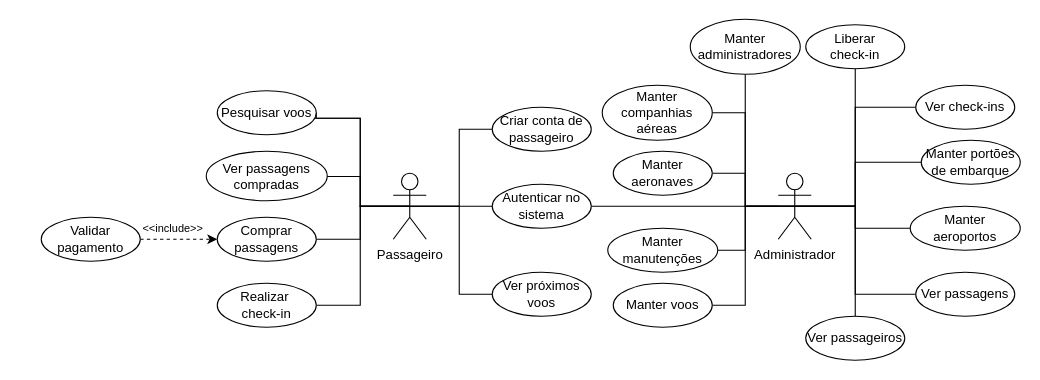
GabrielGMori/trabalho-conclus-o-ano keeps this draw.io diagram as Diagramas/Eng_de_Software/Modelos/Casos_de_Uso.drawio. Above is the earlier version. Source tidied: cells renumbered, new cells numbered last; positions are measured from the earlier drawing's top-left corner, leaving out a move shared by most shapes. Both pictures are drawn from the tidied source at 110%, with x=0, y=0 at pixel (41, 19).
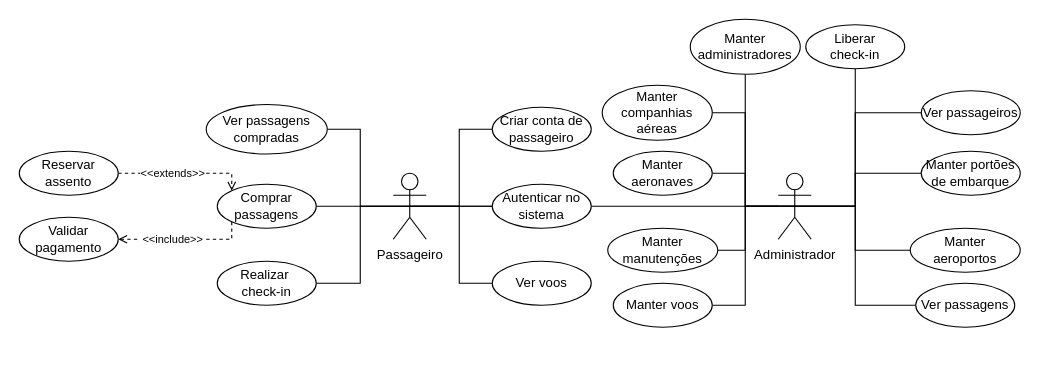
The same page after the edit.

Unchanged cells that the change refers to:
```xml
<mxCell id="9" value="Passageiro" style="shape=umlActor;verticalLabelPosition=bottom;verticalAlign=top;html=1;outlineConnect=0;" parent="1" vertex="1">
  <mxGeometry x="320" y="140" width="30" height="60" as="geometry" />
</mxCell>
<mxCell id="20" value="Administrador" style="shape=umlActor;verticalLabelPosition=bottom;verticalAlign=top;html=1;outlineConnect=0;" parent="1" vertex="1">
  <mxGeometry x="670" y="140" width="30" height="60" as="geometry" />
</mxCell>
<mxCell id="21" value="&lt;div&gt;Autenticar no&lt;/div&gt;&lt;div&gt;sistema&lt;br&gt;&lt;/div&gt;" style="ellipse;whiteSpace=wrap;html=1;" parent="1" vertex="1">
  <mxGeometry x="410" y="150" width="90" height="40" as="geometry" />
</mxCell>
```

What changed in the source:
```diff
@@
-    <mxCell id="3" style="edgeStyle=orthogonalEdgeStyle;rounded=0;jettySize=auto;html=1;exitX=0.5;exitY=0.5;exitDx=0;exitDy=0;exitPerimeter=0;entryX=1;entryY=0.5;entryDx=0;entryDy=0;endArrow=none;endFill=0;" parent="1" edge="1" source="9" target="44">
+    <mxCell id="3" style="edgeStyle=orthogonalEdgeStyle;rounded=0;jettySize=auto;html=1;exitX=0.5;exitY=0.5;exitDx=0;exitDy=0;exitPerimeter=0;entryX=0;entryY=0.5;entryDx=0;entryDy=0;endArrow=none;endFill=0;" parent="1" edge="1" source="9" target="44">
       <mxGeometry relative="1" as="geometry">
         <Array as="points">
-          <mxPoint x="290" y="170" />
-          <mxPoint x="290" y="90" />
-          <mxPoint x="250" y="90" />
+          <mxPoint x="380" y="170" />
+          <mxPoint x="380" y="240" />
         </Array>
       </mxGeometry>
     </mxCell>
     <mxCell id="4" style="edgeStyle=orthogonalEdgeStyle;rounded=0;jettySize=auto;html=1;exitX=0.5;exitY=0.5;exitDx=0;exitDy=0;exitPerimeter=0;entryX=1;entryY=0.5;entryDx=0;entryDy=0;endArrow=none;endFill=0;" parent="1" edge="1" source="9" target="22">
       <mxGeometry relative="1" as="geometry">
         <Array as="points">
-          <mxPoint x="290" y="170" />
-          <mxPoint x="290" y="200" />
+          <mxPoint x="270" y="170" />
+          <mxPoint x="270" y="170" />
         </Array>
       </mxGeometry>
     </mxCell>
     <mxCell id="5" style="edgeStyle=orthogonalEdgeStyle;rounded=0;jettySize=auto;html=1;exitX=0.5;exitY=0.5;exitDx=0;exitDy=0;exitPerimeter=0;entryX=1;entryY=0.5;entryDx=0;entryDy=0;endArrow=none;endFill=0;" parent="1" edge="1" source="9" target="23">
       <mxGeometry relative="1" as="geometry">
         <Array as="points">
           <mxPoint x="290" y="170" />
-          <mxPoint x="290" y="260" />
+          <mxPoint x="290" y="240" />
         </Array>
       </mxGeometry>
     </mxCell>
@@
-    <mxCell id="7" style="edgeStyle=orthogonalEdgeStyle;rounded=0;jettySize=auto;html=1;exitX=0.5;exitY=0.5;exitDx=0;exitDy=0;exitPerimeter=0;entryX=0;entryY=0.5;entryDx=0;entryDy=0;strokeColor=default;endArrow=none;endFill=0;" parent="1" edge="1" source="9" target="31">
+    <mxCell id="7" style="edgeStyle=orthogonalEdgeStyle;rounded=0;jettySize=auto;html=1;exitX=0.5;exitY=0.5;exitDx=0;exitDy=0;exitPerimeter=0;entryX=0;entryY=0.5;entryDx=0;entryDy=0;strokeColor=default;endArrow=none;endFill=0;" parent="1" edge="1" source="9" target="21">
       <mxGeometry relative="1" as="geometry" />
     </mxCell>
     <mxCell id="8" style="edgeStyle=orthogonalEdgeStyle;rounded=0;jettySize=auto;html=1;exitX=0.5;exitY=0.5;exitDx=0;exitDy=0;exitPerimeter=0;entryX=1;entryY=0.5;entryDx=0;entryDy=0;endArrow=none;endFill=0;" parent="1" edge="1" source="9" target="39">
       <mxGeometry relative="1" as="geometry">
         <Array as="points">
           <mxPoint x="290" y="170" />
-          <mxPoint x="290" y="143" />
-          <mxPoint x="195" y="143" />
+          <mxPoint x="290" y="100" />
         </Array>
       </mxGeometry>
     </mxCell>
@@
     <mxCell id="10" style="edgeStyle=orthogonalEdgeStyle;rounded=0;jettySize=auto;html=1;exitX=0.5;exitY=0.5;exitDx=0;exitDy=0;exitPerimeter=0;entryX=0;entryY=0.5;entryDx=0;entryDy=0;endArrow=none;endFill=0;" parent="1" edge="1" source="20" target="26">
       <mxGeometry relative="1" as="geometry">
         <Array as="points">
           <mxPoint x="740" y="170" />
-          <mxPoint x="740" y="190" />
+          <mxPoint x="740" y="210" />
         </Array>
       </mxGeometry>
     </mxCell>
     <mxCell id="11" style="edgeStyle=orthogonalEdgeStyle;rounded=0;jettySize=auto;html=1;exitX=0.5;exitY=0.5;exitDx=0;exitDy=0;exitPerimeter=0;entryX=0;entryY=0.5;entryDx=0;entryDy=0;endArrow=none;endFill=0;" parent="1" edge="1" source="20" target="27">
       <mxGeometry relative="1" as="geometry">
         <Array as="points">
           <mxPoint x="740" y="170" />
-          <mxPoint x="740" y="130" />
+          <mxPoint x="740" y="140" />
         </Array>
       </mxGeometry>
     </mxCell>
     <mxCell id="12" style="edgeStyle=orthogonalEdgeStyle;rounded=0;jettySize=auto;html=1;exitX=0.5;exitY=0.5;exitDx=0;exitDy=0;exitPerimeter=0;entryX=0;entryY=0.5;entryDx=0;entryDy=0;endArrow=none;endFill=0;" parent="1" edge="1" source="20" target="30">
       <mxGeometry relative="1" as="geometry">
         <Array as="points">
           <mxPoint x="740" y="170" />
-          <mxPoint x="740" y="250" />
+          <mxPoint x="740" y="260" />
         </Array>
       </mxGeometry>
     </mxCell>
@@
-    <mxCell id="17" style="edgeStyle=orthogonalEdgeStyle;rounded=0;jettySize=auto;html=1;exitX=0.5;exitY=0.5;exitDx=0;exitDy=0;exitPerimeter=0;entryX=0.5;entryY=1;entryDx=0;entryDy=0;endArrow=none;endFill=0;" parent="1" edge="1" source="20" target="36">
-      <mxGeometry relative="1" as="geometry">
-        <Array as="points">
-          <mxPoint x="740" y="170" />
-          <mxPoint x="740" y="80" />
-          <mxPoint x="840" y="80" />
-        </Array>
-      </mxGeometry>
-    </mxCell>
@@
     <mxCell id="22" value="Comprar passagens" style="ellipse;whiteSpace=wrap;html=1;" parent="1" vertex="1">
-      <mxGeometry x="160" y="180" width="90" height="40" as="geometry" />
+      <mxGeometry x="160" y="150" width="90" height="40" as="geometry" />
     </mxCell>
     <mxCell id="23" value="&lt;div&gt;Realizar&amp;nbsp;&lt;/div&gt;&lt;div&gt;check-in&lt;/div&gt;" style="ellipse;whiteSpace=wrap;html=1;" parent="1" vertex="1">
-      <mxGeometry x="160" y="240" width="90" height="40" as="geometry" />
+      <mxGeometry x="160" y="220" width="90" height="40" as="geometry" />
     </mxCell>
@@
     <mxCell id="26" value="Manter aeroportos" style="ellipse;whiteSpace=wrap;html=1;" parent="1" vertex="1">
-      <mxGeometry x="790" y="170" width="100" height="40" as="geometry" />
+      <mxGeometry x="790" y="190" width="100" height="40" as="geometry" />
     </mxCell>
     <mxCell id="27" value="Manter portões de embarque" style="ellipse;whiteSpace=wrap;html=1;" parent="1" vertex="1">
-      <mxGeometry x="800" y="110" width="90" height="40" as="geometry" />
+      <mxGeometry x="800" y="120" width="90" height="40" as="geometry" />
     </mxCell>
@@
     <mxCell id="30" value="Ver passagens" style="ellipse;whiteSpace=wrap;html=1;" parent="1" vertex="1">
-      <mxGeometry x="795" y="230" width="90" height="40" as="geometry" />
+      <mxGeometry x="795" y="240" width="90" height="40" as="geometry" />
     </mxCell>
-    <mxCell id="31" value="Ver próximos voos" style="ellipse;whiteSpace=wrap;html=1;" parent="1" vertex="1">
-      <mxGeometry x="410" y="230" width="90" height="40" as="geometry" />
-    </mxCell>
@@
     <mxCell id="33" style="edgeStyle=orthogonalEdgeStyle;rounded=0;jettySize=auto;html=1;exitX=0.5;exitY=0.5;exitDx=0;exitDy=0;exitPerimeter=0;entryX=0.5;entryY=0;entryDx=0;entryDy=0;endArrow=none;endFill=0;" parent="1" edge="1" source="20" target="34">
       <mxGeometry relative="1" as="geometry">
         <Array as="points">
           <mxPoint x="740" y="170" />
-          <mxPoint x="740" y="280" />
+          <mxPoint x="740" y="85" />
+          <mxPoint x="845" y="85" />
         </Array>
       </mxGeometry>
     </mxCell>
     <mxCell id="34" value="Ver passageiros" style="ellipse;whiteSpace=wrap;html=1;" parent="1" vertex="1">
-      <mxGeometry x="695" y="270" width="90" height="40" as="geometry" />
+      <mxGeometry x="800" y="65" width="90" height="40" as="geometry" />
     </mxCell>
@@
-    <mxCell id="36" value="Ver check-ins" style="ellipse;whiteSpace=wrap;html=1;" parent="1" vertex="1">
-      <mxGeometry x="795" y="60" width="90" height="40" as="geometry" />
-    </mxCell>
@@
     <mxCell id="39" value="Ver passagens compradas" style="ellipse;whiteSpace=wrap;html=1;" parent="1" vertex="1">
-      <mxGeometry x="150" y="120" width="110" height="45" as="geometry" />
+      <mxGeometry x="150" y="77.5" width="110" height="45" as="geometry" />
     </mxCell>
-    <mxCell id="40" style="edgeStyle=orthogonalEdgeStyle;rounded=0;jettySize=auto;html=1;exitX=1;exitY=0.5;exitDx=0;exitDy=0;entryX=0;entryY=0.5;entryDx=0;entryDy=0;dashed=1;" parent="1" edge="1" source="41" target="22">
-      <mxGeometry relative="1" as="geometry" />
+    <mxCell id="40" style="edgeStyle=orthogonalEdgeStyle;rounded=0;jettySize=auto;html=1;exitX=1;exitY=0.5;exitDx=0;exitDy=0;entryX=0;entryY=1;entryDx=0;entryDy=0;dashed=1;endArrow=none;endFill=0;" parent="1" edge="1" source="42" target="22">
+      <mxGeometry relative="1" as="geometry">
+        <Array as="points">
+          <mxPoint x="150" y="200" />
+          <mxPoint x="173" y="200" />
+        </Array>
+      </mxGeometry>
     </mxCell>
     <mxCell id="41" value="Validar pagamento" style="ellipse;whiteSpace=wrap;html=1;" parent="1" vertex="1">
-      <mxGeometry y="180" width="90" height="40" as="geometry" />
+      <mxGeometry x="-20" y="180" width="90" height="40" as="geometry" />
     </mxCell>
+    <mxCell id="44" value="Ver voos" style="ellipse;whiteSpace=wrap;html=1;" parent="1" vertex="1">
+      <mxGeometry x="410" y="220" width="90" height="40" as="geometry" />
+    </mxCell>
+    <mxCell id="45" style="edgeStyle=orthogonalEdgeStyle;rounded=0;jettySize=auto;html=1;exitX=1;exitY=0.5;exitDx=0;exitDy=0;entryX=0;entryY=0.5;entryDx=0;entryDy=0;dashed=1;endArrow=none;endFill=0;startArrow=open;startFill=0;" parent="1" edge="1" source="41" target="42">
+      <mxGeometry relative="1" as="geometry" />
+    </mxCell>
-    <mxCell id="42" value="&lt;font style=&quot;font-size: 10px;&quot;&gt;&amp;lt;&amp;lt;include&amp;gt;&amp;gt;&lt;/font&gt;" style="text;html=1;align=center;verticalAlign=middle;whiteSpace=wrap;rounded=0;" parent="1" vertex="1">
-      <mxGeometry x="90" y="180" width="60" height="20" as="geometry" />
+    <mxCell id="42" value="&lt;font style=&quot;font-size: 10px;&quot;&gt;&amp;lt;&amp;lt;include&amp;gt;&amp;gt;&lt;/font&gt;" style="text;html=1;align=center;verticalAlign=middle;whiteSpace=wrap;rounded=0;rotation=0;" parent="1" vertex="1">
+      <mxGeometry x="90" y="190" width="60" height="20" as="geometry" />
     </mxCell>
-    <mxCell id="43" style="edgeStyle=orthogonalEdgeStyle;rounded=0;jettySize=auto;html=1;exitX=0.5;exitY=0.5;exitDx=0;exitDy=0;exitPerimeter=0;entryX=0.5;entryY=1;entryDx=0;entryDy=0;endArrow=none;endFill=0;" parent="1" edge="1" source="9" target="44">
-      <mxGeometry relative="1" as="geometry">
-        <Array as="points">
-          <mxPoint x="290" y="170" />
-          <mxPoint x="290" y="90" />
-        </Array>
-      </mxGeometry>
-    </mxCell>
-    <mxCell id="44" value="Pesquisar voos" style="ellipse;whiteSpace=wrap;html=1;" parent="1" vertex="1">
-      <mxGeometry x="160" y="65" width="90" height="40" as="geometry" />
-    </mxCell>
+    <mxCell id="46" value="Reservar assento" style="ellipse;whiteSpace=wrap;html=1;" parent="1" vertex="1">
+      <mxGeometry x="-20" y="120" width="90" height="40" as="geometry" />
+    </mxCell>
+    <mxCell id="47" style="edgeStyle=orthogonalEdgeStyle;rounded=0;jettySize=auto;html=1;exitX=1;exitY=0.5;exitDx=0;exitDy=0;entryX=0;entryY=0;entryDx=0;entryDy=0;dashed=1;endArrow=open;endFill=0;startArrow=none;startFill=0;" parent="1" edge="1" source="49" target="22">
+      <mxGeometry relative="1" as="geometry">
+        <Array as="points">
+          <mxPoint x="173" y="140" />
+          <mxPoint x="173" y="156" />
+        </Array>
+      </mxGeometry>
+    </mxCell>
+    <mxCell id="48" style="edgeStyle=orthogonalEdgeStyle;rounded=0;jettySize=auto;html=1;exitX=1;exitY=0.5;exitDx=0;exitDy=0;entryX=0;entryY=0.5;entryDx=0;entryDy=0;dashed=1;endArrow=none;endFill=0;startArrow=none;startFill=0;" parent="1" edge="1" source="46" target="49">
+      <mxGeometry relative="1" as="geometry" />
+    </mxCell>
+    <mxCell id="49" value="&lt;font style=&quot;font-size: 10px;&quot;&gt;&amp;lt;&amp;lt;extends&amp;gt;&amp;gt;&lt;/font&gt;" style="text;html=1;align=center;verticalAlign=middle;whiteSpace=wrap;rounded=0;rotation=0;" parent="1" vertex="1">
+      <mxGeometry x="90" y="130" width="60" height="20" as="geometry" />
+    </mxCell>
```
